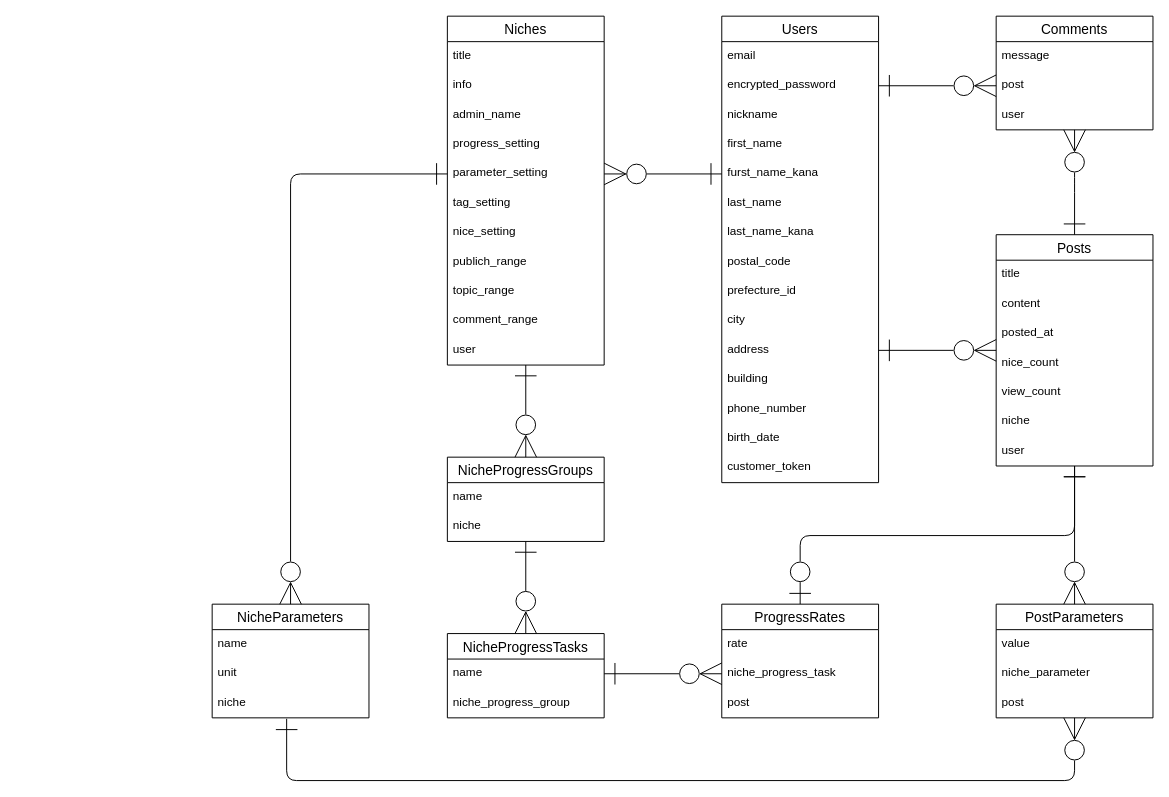
Above: ER図.dio in Koji5/nichemaker (draw.io), before the change. Source tidied: cells renumbered, new cells numbered last; positions are measured from the earlier drawing's top-left corner, leaving out a move shared by most shapes. Both pictures are drawn from the tidied source at 98%, with x=0, y=0 at pixel (212, 16).
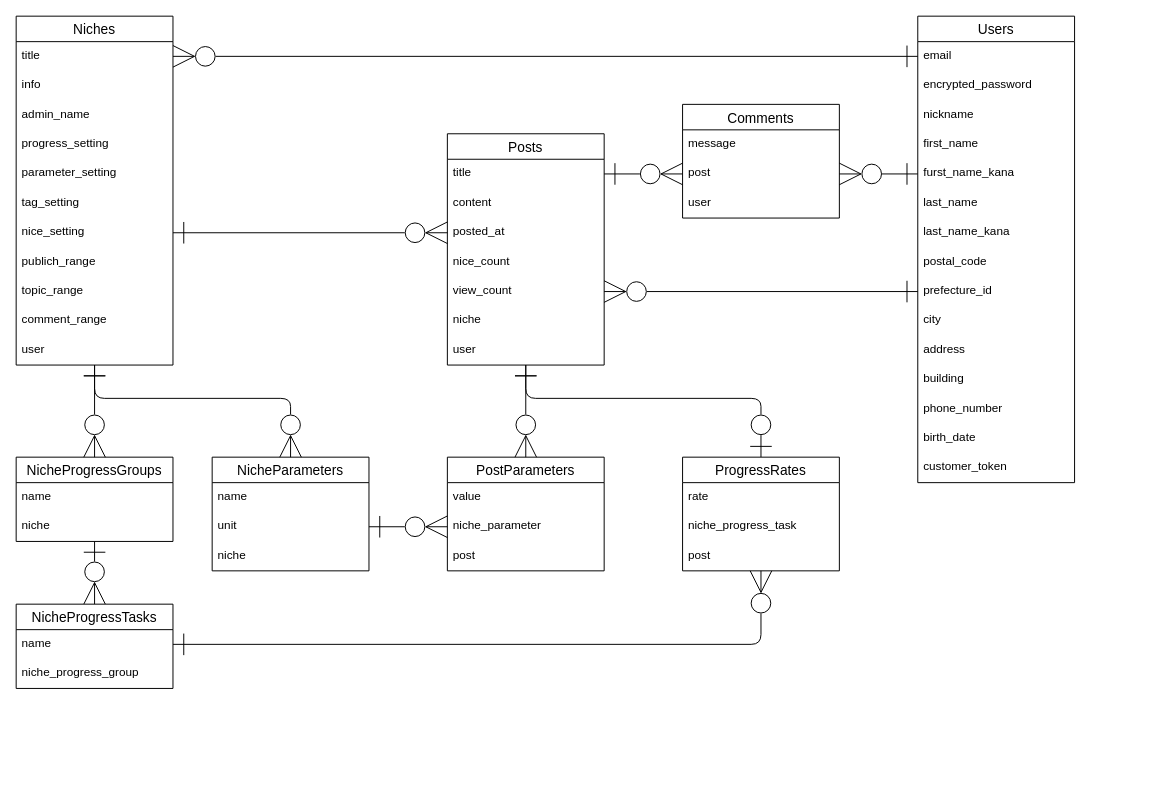
After the change.

Unchanged cells that the change refers to:
```xml
<mxCell id="3" value="title" style="text;strokeColor=none;fillColor=none;spacingLeft=4;spacingRight=4;overflow=hidden;points=[[0,0.5],[1,0.5]];portConstraint=eastwest;fontSize=12;" parent="2" vertex="1">
  <mxGeometry y="26" width="160" height="30" as="geometry" />
</mxCell>
<mxCell id="7" value="parameter_setting" style="text;strokeColor=none;fillColor=none;spacingLeft=4;spacingRight=4;overflow=hidden;points=[[0,0.5],[1,0.5]];portConstraint=eastwest;fontSize=12;" parent="2" vertex="1">
  <mxGeometry y="146" width="160" height="30" as="geometry" />
</mxCell>
<mxCell id="9" value="nice_setting" style="text;strokeColor=none;fillColor=none;spacingLeft=4;spacingRight=4;overflow=hidden;points=[[0,0.5],[1,0.5]];portConstraint=eastwest;fontSize=12;" parent="2" vertex="1">
  <mxGeometry y="206" width="160" height="30" as="geometry" />
</mxCell>
<mxCell id="13" value="user" style="text;strokeColor=none;fillColor=none;spacingLeft=4;spacingRight=4;overflow=hidden;points=[[0,0.5],[1,0.5]];portConstraint=eastwest;fontSize=12;" parent="2" vertex="1">
  <mxGeometry y="326" width="160" height="30" as="geometry" />
</mxCell>
<mxCell id="15" value="email" style="text;strokeColor=none;fillColor=none;spacingLeft=4;spacingRight=4;overflow=hidden;points=[[0,0.5],[1,0.5]];portConstraint=eastwest;fontSize=12;" parent="14" vertex="1">
  <mxGeometry y="26" width="160" height="30" as="geometry" />
</mxCell>
<mxCell id="16" value="encrypted_password" style="text;strokeColor=none;fillColor=none;spacingLeft=4;spacingRight=4;overflow=hidden;points=[[0,0.5],[1,0.5]];portConstraint=eastwest;fontSize=12;" parent="14" vertex="1">
  <mxGeometry y="56" width="160" height="30" as="geometry" />
</mxCell>
<mxCell id="19" value="furst_name_kana" style="text;strokeColor=none;fillColor=none;spacingLeft=4;spacingRight=4;overflow=hidden;points=[[0,0.5],[1,0.5]];portConstraint=eastwest;fontSize=12;" parent="14" vertex="1">
  <mxGeometry y="146" width="160" height="30" as="geometry" />
</mxCell>
<mxCell id="23" value="prefecture_id" style="text;strokeColor=none;fillColor=none;spacingLeft=4;spacingRight=4;overflow=hidden;points=[[0,0.5],[1,0.5]];portConstraint=eastwest;fontSize=12;" parent="14" vertex="1">
  <mxGeometry y="266" width="160" height="30" as="geometry" />
</mxCell>
<mxCell id="25" value="address" style="text;strokeColor=none;fillColor=none;spacingLeft=4;spacingRight=4;overflow=hidden;points=[[0,0.5],[1,0.5]];portConstraint=eastwest;fontSize=12;" parent="14" vertex="1">
  <mxGeometry y="326" width="160" height="30" as="geometry" />
</mxCell>
<mxCell id="31" value="title" style="text;strokeColor=none;fillColor=none;spacingLeft=4;spacingRight=4;overflow=hidden;points=[[0,0.5],[1,0.5]];portConstraint=eastwest;fontSize=12;" parent="30" vertex="1">
  <mxGeometry y="26" width="160" height="30" as="geometry" />
</mxCell>
<mxCell id="33" value="posted_at" style="text;strokeColor=none;fillColor=none;spacingLeft=4;spacingRight=4;overflow=hidden;points=[[0,0.5],[1,0.5]];portConstraint=eastwest;fontSize=12;" parent="30" vertex="1">
  <mxGeometry y="86" width="160" height="30" as="geometry" />
</mxCell>
<mxCell id="35" value="view_count" style="text;strokeColor=none;fillColor=none;spacingLeft=4;spacingRight=4;overflow=hidden;points=[[0,0.5],[1,0.5]];portConstraint=eastwest;fontSize=12;" parent="30" vertex="1">
  <mxGeometry y="146" width="160" height="30" as="geometry" />
</mxCell>
<mxCell id="37" value="user" style="text;strokeColor=none;fillColor=none;spacingLeft=4;spacingRight=4;overflow=hidden;points=[[0,0.5],[1,0.5]];portConstraint=eastwest;fontSize=12;" parent="30" vertex="1">
  <mxGeometry y="206" width="160" height="30" as="geometry" />
</mxCell>
<mxCell id="40" value="post" style="text;strokeColor=none;fillColor=none;spacingLeft=4;spacingRight=4;overflow=hidden;points=[[0,0.5],[1,0.5]];portConstraint=eastwest;fontSize=12;" parent="38" vertex="1">
  <mxGeometry y="56" width="160" height="30" as="geometry" />
</mxCell>
<mxCell id="41" value="user" style="text;strokeColor=none;fillColor=none;spacingLeft=4;spacingRight=4;overflow=hidden;points=[[0,0.5],[1,0.5]];portConstraint=eastwest;fontSize=12;" parent="38" vertex="1">
  <mxGeometry y="86" width="160" height="30" as="geometry" />
</mxCell>
<mxCell id="47" value="name" style="text;strokeColor=none;fillColor=none;spacingLeft=4;spacingRight=4;overflow=hidden;points=[[0,0.5],[1,0.5]];portConstraint=eastwest;fontSize=12;" parent="46" vertex="1">
  <mxGeometry y="26" width="160" height="30" as="geometry" />
</mxCell>
<mxCell id="52" value="niche_progress_task" style="text;strokeColor=none;fillColor=none;spacingLeft=4;spacingRight=4;overflow=hidden;points=[[0,0.5],[1,0.5]];portConstraint=eastwest;fontSize=12;" parent="50" vertex="1">
  <mxGeometry y="56" width="160" height="30" as="geometry" />
</mxCell>
<mxCell id="53" value="post" style="text;strokeColor=none;fillColor=none;spacingLeft=4;spacingRight=4;overflow=hidden;points=[[0,0.5],[1,0.5]];portConstraint=eastwest;fontSize=12;" parent="50" vertex="1">
  <mxGeometry y="86" width="160" height="30" as="geometry" />
</mxCell>
<mxCell id="56" value="unit" style="text;strokeColor=none;fillColor=none;spacingLeft=4;spacingRight=4;overflow=hidden;points=[[0,0.5],[1,0.5]];portConstraint=eastwest;fontSize=12;" parent="54" vertex="1">
  <mxGeometry y="56" width="160" height="30" as="geometry" />
</mxCell>
<mxCell id="57" value="niche" style="text;strokeColor=none;fillColor=none;spacingLeft=4;spacingRight=4;overflow=hidden;points=[[0,0.5],[1,0.5]];portConstraint=eastwest;fontSize=12;" parent="54" vertex="1">
  <mxGeometry y="86" width="160" height="30" as="geometry" />
</mxCell>
<mxCell id="60" value="niche_parameter" style="text;strokeColor=none;fillColor=none;spacingLeft=4;spacingRight=4;overflow=hidden;points=[[0,0.5],[1,0.5]];portConstraint=eastwest;fontSize=12;" parent="58" vertex="1">
  <mxGeometry y="56" width="160" height="30" as="geometry" />
</mxCell>
<mxCell id="61" value="post" style="text;strokeColor=none;fillColor=none;spacingLeft=4;spacingRight=4;overflow=hidden;points=[[0,0.5],[1,0.5]];portConstraint=eastwest;fontSize=12;" parent="58" vertex="1">
  <mxGeometry y="86" width="160" height="30" as="geometry" />
</mxCell>
```

Change to the diagram source:
```diff
@@
     <mxCell id="2" value="Niches" style="swimlane;fontStyle=0;horizontal=1;startSize=26;align=center;fontSize=14;" parent="1" vertex="1">
-      <mxGeometry x="240" width="160" height="356" as="geometry" />
+      <mxGeometry x="-200" width="160" height="356" as="geometry" />
     </mxCell>
@@
     <mxCell id="14" value="Users" style="swimlane;fontStyle=0;horizontal=1;startSize=26;align=center;fontSize=14;" parent="1" vertex="1">
-      <mxGeometry x="520" width="160" height="476" as="geometry" />
+      <mxGeometry x="720" width="160" height="476" as="geometry" />
     </mxCell>
@@
     <mxCell id="30" value="Posts" style="swimlane;fontStyle=0;horizontal=1;startSize=26;align=center;fontSize=14;" parent="1" vertex="1">
-      <mxGeometry x="800" y="223" width="160" height="236" as="geometry" />
+      <mxGeometry x="240" y="120" width="160" height="236" as="geometry" />
     </mxCell>
@@
     <mxCell id="38" value="Comments" style="swimlane;fontStyle=0;horizontal=1;startSize=26;align=center;fontSize=14;" parent="1" vertex="1">
-      <mxGeometry x="800" width="160" height="116" as="geometry" />
+      <mxGeometry x="480" y="90" width="160" height="116" as="geometry" />
     </mxCell>
@@
     <mxCell id="43" value="NicheProgressGroups" style="swimlane;fontStyle=0;horizontal=1;startSize=26;align=center;fontSize=14;" parent="1" vertex="1">
-      <mxGeometry x="240" y="450" width="160" height="86" as="geometry" />
+      <mxGeometry x="-200" y="450" width="160" height="86" as="geometry" />
     </mxCell>
@@
     <mxCell id="46" value="NicheProgressTasks" style="swimlane;fontStyle=0;horizontal=1;startSize=26;align=center;fontSize=14;" parent="1" vertex="1">
-      <mxGeometry x="240" y="630" width="160" height="86" as="geometry" />
+      <mxGeometry x="-200" y="600" width="160" height="86" as="geometry" />
     </mxCell>
@@
-    <mxCell id="49" style="edgeStyle=elbowEdgeStyle;html=1;exitX=0.5;exitY=0;exitDx=0;exitDy=0;strokeWidth=1;startArrow=ERzeroToOne;startFill=0;endArrow=ERone;endFill=0;startSize=20;endSize=20;elbow=vertical;" parent="1" edge="1" source="50" target="37">
-      <mxGeometry relative="1" as="geometry" />
+    <mxCell id="49" style="html=1;exitX=0.5;exitY=0;exitDx=0;exitDy=0;strokeWidth=1;startArrow=ERzeroToOne;startFill=0;endArrow=ERone;endFill=0;startSize=20;endSize=20;elbow=vertical;edgeStyle=elbowEdgeStyle;" parent="1" edge="1" source="50" target="37">
+      <mxGeometry relative="1" as="geometry">
+        <Array as="points">
+          <mxPoint x="410" y="390" />
+        </Array>
+      </mxGeometry>
     </mxCell>
     <mxCell id="50" value="ProgressRates" style="swimlane;fontStyle=0;horizontal=1;startSize=26;align=center;fontSize=14;" parent="1" vertex="1">
-      <mxGeometry x="520" y="600" width="160" height="116" as="geometry" />
+      <mxGeometry x="480" y="450" width="160" height="116" as="geometry" />
     </mxCell>
@@
     <mxCell id="54" value="NicheParameters" style="swimlane;fontStyle=0;horizontal=1;startSize=26;align=center;fontSize=14;" parent="1" vertex="1">
-      <mxGeometry y="600" width="160" height="116" as="geometry" />
+      <mxGeometry y="450" width="160" height="116" as="geometry" />
     </mxCell>
@@
     <mxCell id="58" value="PostParameters" style="swimlane;fontStyle=0;horizontal=1;startSize=26;align=center;fontSize=14;" parent="1" vertex="1">
-      <mxGeometry x="800" y="600" width="160" height="116" as="geometry" />
+      <mxGeometry x="240" y="450" width="160" height="116" as="geometry" />
     </mxCell>
@@
-    <mxCell id="63" style="html=1;exitX=0;exitY=0.5;exitDx=0;exitDy=0;strokeWidth=1;startArrow=ERone;startFill=0;endArrow=ERzeroToMany;endFill=0;startSize=20;endSize=20;entryX=0.5;entryY=0;entryDx=0;entryDy=0;elbow=vertical;edgeStyle=orthogonalEdgeStyle;" parent="1" edge="1" source="7" target="54">
-      <mxGeometry relative="1" as="geometry" />
+    <mxCell id="63" style="html=1;strokeWidth=1;startArrow=ERone;startFill=0;endArrow=ERzeroToMany;endFill=0;startSize=20;endSize=20;entryX=0.5;entryY=0;entryDx=0;entryDy=0;elbow=vertical;edgeStyle=elbowEdgeStyle;" parent="1" edge="1" source="13" target="54">
+      <mxGeometry relative="1" as="geometry">
+        <Array as="points">
+          <mxPoint y="390" />
+        </Array>
+      </mxGeometry>
     </mxCell>
-    <mxCell id="64" style="html=1;exitX=1;exitY=0.5;exitDx=0;exitDy=0;strokeWidth=1;startArrow=ERzeroToMany;startFill=0;endArrow=ERone;endFill=0;startSize=20;endSize=20;" parent="1" edge="1" source="7" target="19">
+    <mxCell id="64" style="html=1;exitX=1;exitY=0.5;exitDx=0;exitDy=0;strokeWidth=1;startArrow=ERzeroToMany;startFill=0;endArrow=ERone;endFill=0;startSize=20;endSize=20;entryX=0;entryY=0.5;entryDx=0;entryDy=0;" parent="1" edge="1" source="3" target="15">
       <mxGeometry relative="1" as="geometry" />
     </mxCell>
-    <mxCell id="65" style="edgeStyle=none;html=1;strokeWidth=1;startArrow=ERone;startFill=0;endArrow=ERzeroToMany;endFill=0;startSize=20;endSize=20;" parent="1" edge="1" source="25" target="30">
+    <mxCell id="65" style="edgeStyle=none;html=1;strokeWidth=1;startArrow=ERone;startFill=0;endArrow=ERzeroToMany;endFill=0;startSize=20;endSize=20;entryX=1;entryY=0.5;entryDx=0;entryDy=0;" parent="1" edge="1" source="23" target="35">
       <mxGeometry relative="1" as="geometry" />
     </mxCell>
-    <mxCell id="66" style="edgeStyle=none;html=1;exitX=1;exitY=0.5;exitDx=0;exitDy=0;strokeWidth=1;startArrow=ERone;startFill=0;endArrow=ERzeroToMany;endFill=0;startSize=20;endSize=20;" parent="1" edge="1" source="16" target="40">
+    <mxCell id="66" style="edgeStyle=none;html=1;strokeWidth=1;startArrow=ERone;startFill=0;endArrow=ERzeroToMany;endFill=0;startSize=20;endSize=20;entryX=1;entryY=0.5;entryDx=0;entryDy=0;" parent="1" edge="1" source="19" target="40">
       <mxGeometry relative="1" as="geometry" />
     </mxCell>
-    <mxCell id="67" style="edgeStyle=none;html=1;strokeWidth=1;startArrow=ERzeroToMany;startFill=0;endArrow=ERone;endFill=0;startSize=20;endSize=20;" parent="1" edge="1" source="58" target="37">
+    <mxCell id="67" style="html=1;strokeWidth=1;startArrow=ERzeroToMany;startFill=0;endArrow=ERone;endFill=0;startSize=20;endSize=20;elbow=vertical;" parent="1" edge="1" source="58" target="37">
       <mxGeometry relative="1" as="geometry" />
     </mxCell>
-    <mxCell id="68" style="edgeStyle=none;html=1;exitX=0;exitY=0.5;exitDx=0;exitDy=0;entryX=1;entryY=0.5;entryDx=0;entryDy=0;strokeWidth=1;startArrow=ERzeroToMany;startFill=0;endArrow=ERone;endFill=0;startSize=20;endSize=20;" parent="1" edge="1" source="52" target="47">
-      <mxGeometry relative="1" as="geometry" />
+    <mxCell id="68" style="edgeStyle=orthogonalEdgeStyle;html=1;entryX=1;entryY=0.5;entryDx=0;entryDy=0;strokeWidth=1;startArrow=ERzeroToMany;startFill=0;endArrow=ERone;endFill=0;startSize=20;endSize=20;elbow=vertical;" parent="1" edge="1" source="53" target="47">
+      <mxGeometry relative="1" as="geometry">
+        <Array as="points">
+          <mxPoint x="560" y="641" />
+        </Array>
+      </mxGeometry>
     </mxCell>
-    <mxCell id="69" style="edgeStyle=elbowEdgeStyle;html=1;strokeWidth=1;startArrow=ERzeroToMany;startFill=0;endArrow=ERone;endFill=0;startSize=20;endSize=20;elbow=vertical;entryX=0.475;entryY=1.033;entryDx=0;entryDy=0;entryPerimeter=0;" parent="1" edge="1" source="61" target="57">
-      <mxGeometry relative="1" as="geometry">
-        <Array as="points">
-          <mxPoint x="480" y="780" />
-        </Array>
-      </mxGeometry>
+    <mxCell id="69" style="html=1;strokeWidth=1;startArrow=ERzeroToMany;startFill=0;endArrow=ERone;endFill=0;startSize=20;endSize=20;elbow=vertical;entryX=1;entryY=0.5;entryDx=0;entryDy=0;" parent="1" edge="1" source="60" target="56">
+      <mxGeometry relative="1" as="geometry" />
     </mxCell>
-    <mxCell id="70" style="edgeStyle=elbowEdgeStyle;elbow=vertical;html=1;entryX=0.5;entryY=0;entryDx=0;entryDy=0;strokeWidth=1;startArrow=ERzeroToMany;startFill=0;endArrow=ERone;endFill=0;startSize=20;endSize=20;" parent="1" edge="1" source="41" target="30">
+    <mxCell id="70" style="elbow=vertical;html=1;entryX=1;entryY=0.5;entryDx=0;entryDy=0;strokeWidth=1;startArrow=ERzeroToMany;startFill=0;endArrow=ERone;endFill=0;startSize=20;endSize=20;exitX=0;exitY=0.5;exitDx=0;exitDy=0;" parent="1" edge="1" source="40" target="31">
       <mxGeometry relative="1" as="geometry" />
     </mxCell>
+    <mxCell id="71" style="edgeStyle=none;html=1;exitX=1;exitY=0.5;exitDx=0;exitDy=0;elbow=vertical;startArrow=ERone;startFill=0;endSize=20;startSize=20;endArrow=ERzeroToMany;endFill=0;entryX=0;entryY=0.5;entryDx=0;entryDy=0;" parent="1" edge="1" source="9" target="33">
+      <mxGeometry relative="1" as="geometry" />
+    </mxCell>
```
